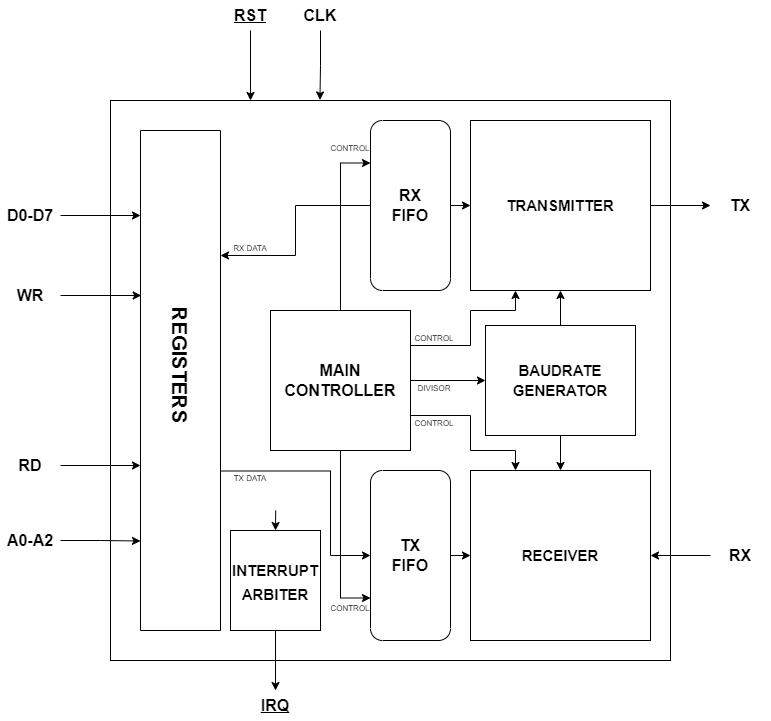
GabbedT/UART-Controller keeps this draw.io diagram as Images/BlockDiagram.png. Above is the earlier version. Source tidied: cells renumbered, new cells last; positions are measured from the earlier drawing's top-left corner, leaving out a move shared by most shapes.
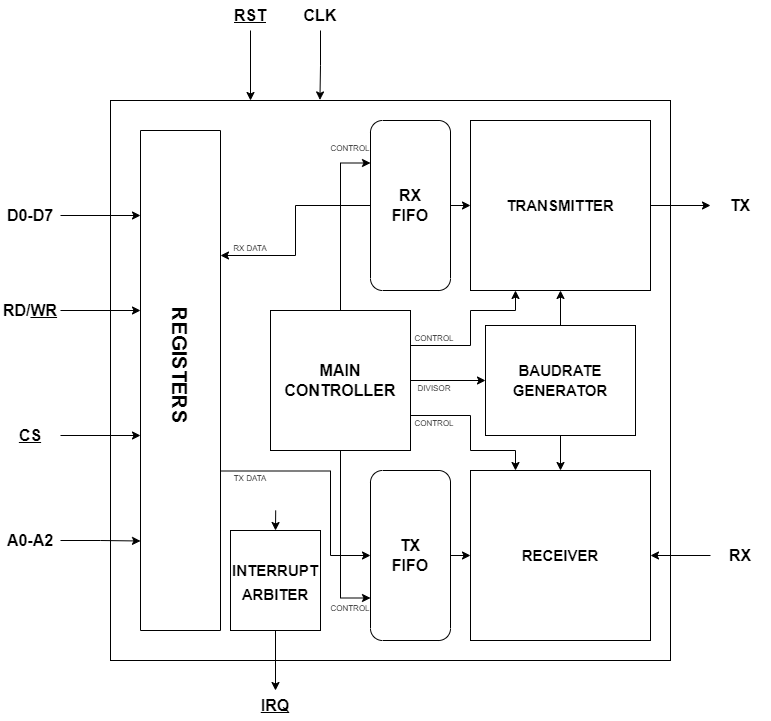
The same diagram one commit later.

The edit, as a diff of the source:
```diff
@@ -155,18 +155,6 @@
     <mxCell id="45" value="&lt;b&gt;A0-A2&lt;/b&gt;" style="text;html=1;strokeColor=none;fillColor=none;align=center;verticalAlign=middle;whiteSpace=wrap;rounded=0;fontSize=16;" parent="1" vertex="1">
       <mxGeometry y="525" width="60" height="30" as="geometry" />
     </mxCell>
-    <mxCell id="46" style="edgeStyle=orthogonalEdgeStyle;rounded=0;jettySize=auto;html=1;exitX=1;exitY=0.5;exitDx=0;exitDy=0;entryX=0.67;entryY=1;entryDx=0;entryDy=0;entryPerimeter=0;fontSize=16;" parent="1" edge="1" source="47" target="29">
-      <mxGeometry relative="1" as="geometry" />
-    </mxCell>
-    <mxCell id="47" value="&lt;b&gt;RD&lt;/b&gt;" style="text;html=1;strokeColor=none;fillColor=none;align=center;verticalAlign=middle;whiteSpace=wrap;rounded=0;fontSize=16;" parent="1" vertex="1">
-      <mxGeometry y="450" width="60" height="30" as="geometry" />
-    </mxCell>
-    <mxCell id="48" style="edgeStyle=orthogonalEdgeStyle;rounded=0;jettySize=auto;html=1;exitX=1;exitY=0.5;exitDx=0;exitDy=0;entryX=0.33;entryY=0.991;entryDx=0;entryDy=0;entryPerimeter=0;fontSize=16;" parent="1" edge="1" source="49" target="29">
-      <mxGeometry relative="1" as="geometry" />
-    </mxCell>
-    <mxCell id="49" value="&lt;b&gt;WR&lt;/b&gt;" style="text;html=1;strokeColor=none;fillColor=none;align=center;verticalAlign=middle;whiteSpace=wrap;rounded=0;fontSize=16;" parent="1" vertex="1">
-      <mxGeometry y="280" width="60" height="30" as="geometry" />
-    </mxCell>
     <mxCell id="50" style="edgeStyle=orthogonalEdgeStyle;rounded=0;jettySize=auto;html=1;exitX=0.5;exitY=1;exitDx=0;exitDy=0;entryX=0.25;entryY=0;entryDx=0;entryDy=0;fontSize=16;" parent="1" edge="1" source="51" target="2">
       <mxGeometry relative="1" as="geometry" />
     </mxCell>
@@ -185,5 +173,23 @@
     <mxCell id="55" value="&lt;font style=&quot;font-size: 8px;&quot;&gt;TX DATA&lt;/font&gt;" style="text;html=1;strokeColor=none;fillColor=none;align=center;verticalAlign=middle;whiteSpace=wrap;rounded=0;fontSize=16;" parent="1" vertex="1">
       <mxGeometry x="220" y="460" width="60" height="30" as="geometry" />
     </mxCell>
+    <mxCell id="56" style="edgeStyle=orthogonalEdgeStyle;rounded=0;orthogonalLoop=1;jettySize=auto;html=1;exitX=1;exitY=0.5;exitDx=0;exitDy=0;entryX=0.17;entryY=1;entryDx=0;entryDy=0;entryPerimeter=0;fontSize=16;" parent="1" edge="1">
+      <mxGeometry relative="1" as="geometry">
+        <mxPoint x="60" y="310" as="sourcePoint" />
+        <mxPoint x="140" y="310" as="targetPoint" />
+      </mxGeometry>
+    </mxCell>
+    <mxCell id="57" value="&lt;b&gt;RD/&lt;u&gt;WR&lt;/u&gt;&lt;/b&gt;" style="text;html=1;strokeColor=none;fillColor=none;align=center;verticalAlign=middle;whiteSpace=wrap;rounded=0;fontSize=16;" parent="1" vertex="1">
+      <mxGeometry y="295" width="60" height="30" as="geometry" />
+    </mxCell>
+    <mxCell id="58" style="edgeStyle=orthogonalEdgeStyle;rounded=0;orthogonalLoop=1;jettySize=auto;html=1;exitX=1;exitY=0.5;exitDx=0;exitDy=0;entryX=0.17;entryY=1;entryDx=0;entryDy=0;entryPerimeter=0;fontSize=16;" parent="1" edge="1">
+      <mxGeometry relative="1" as="geometry">
+        <mxPoint x="60" y="435" as="sourcePoint" />
+        <mxPoint x="140" y="435" as="targetPoint" />
+      </mxGeometry>
+    </mxCell>
+    <mxCell id="59" value="&lt;b&gt;&lt;u&gt;CS&lt;/u&gt;&lt;/b&gt;" style="text;html=1;strokeColor=none;fillColor=none;align=center;verticalAlign=middle;whiteSpace=wrap;rounded=0;fontSize=16;" parent="1" vertex="1">
+      <mxGeometry y="420" width="60" height="30" as="geometry" />
+    </mxCell>
   </root>
 </mxGraphModel>
```
